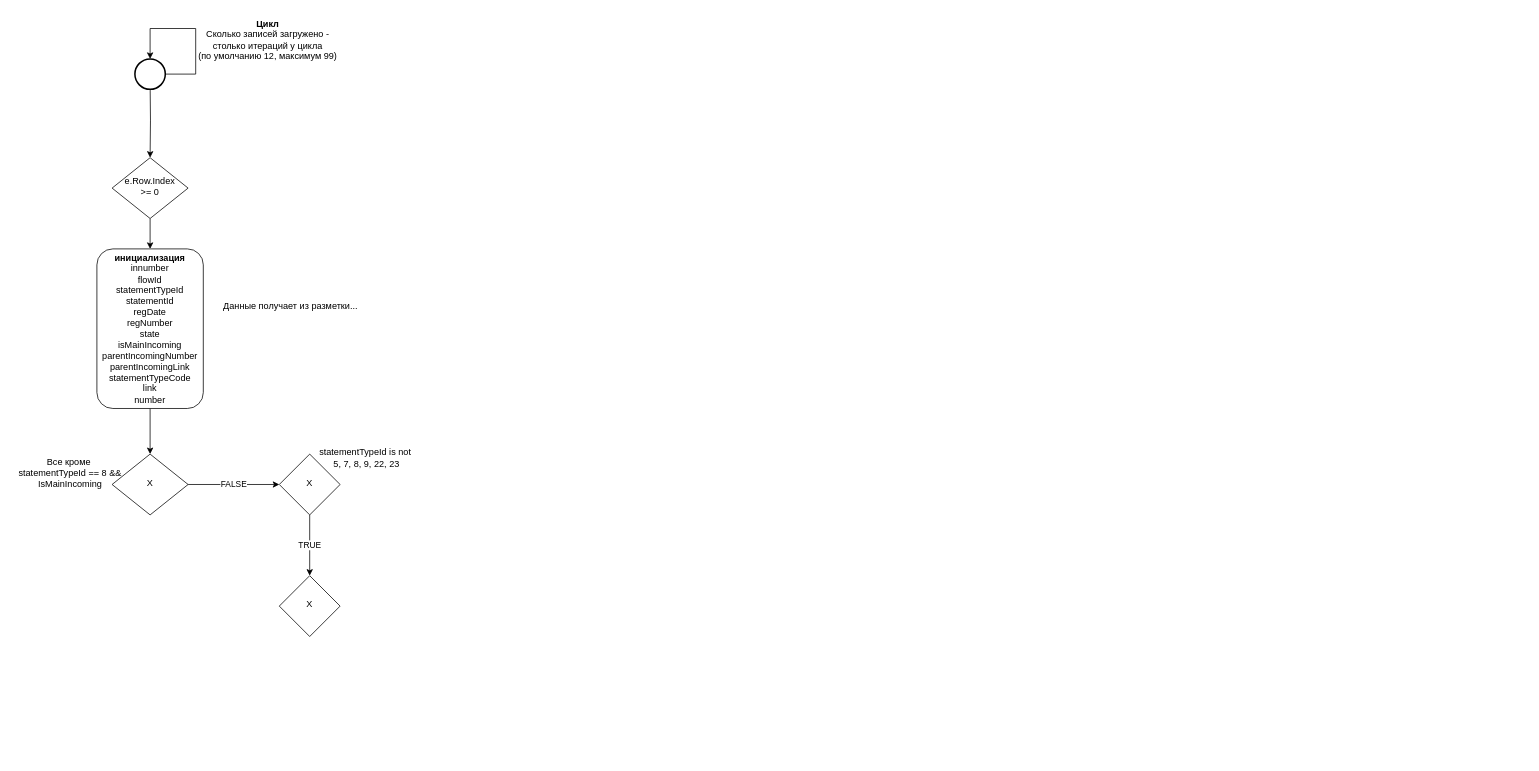
davyd0ff/so-line-grls keeps this draw.io diagram as portal/StatementIncomings.aspx/StatementIncomings__RowDataBound().drawio. Above is the earlier version. Source tidied: cells renumbered, new cells numbered last; positions are measured from the earlier drawing's top-left corner, leaving out a move shared by most shapes. Both pictures are drawn from the tidied source at 76%, with x=0, y=0 at pixel (13, 13).
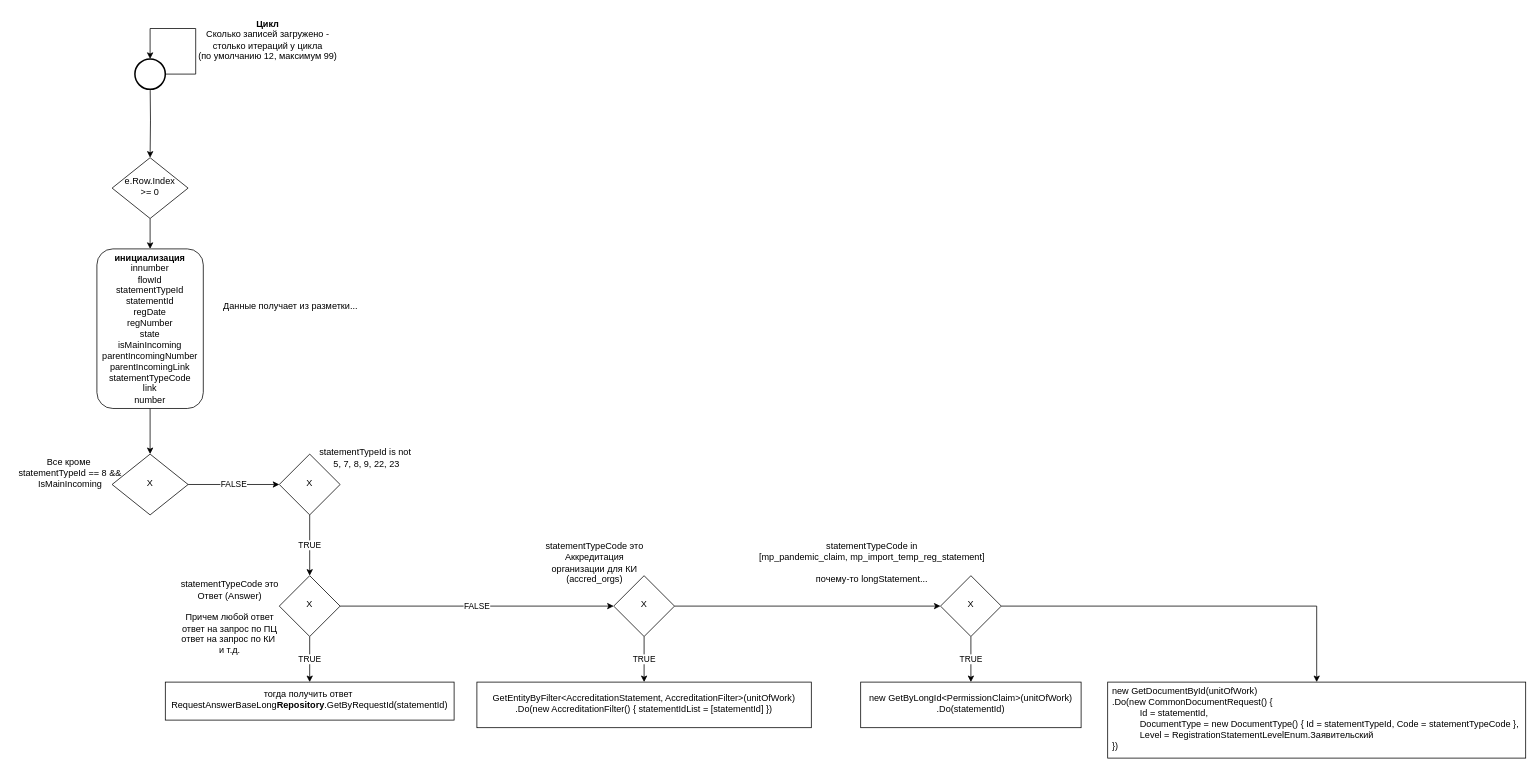
Above is the later version.

The change refers to these unchanged cells:
```xml
<mxCell id="17" value="X" style="rhombus;whiteSpace=wrap;html=1;shadow=0;strokeWidth=1;spacing=6;spacingTop=-4;" parent="1" vertex="1">
  <mxGeometry x="350" y="740" width="80" height="80" as="geometry" />
</mxCell>
```

Diff of the diagram source:
```diff
@@
+    <mxCell id="18" value="TRUE" style="edgeStyle=orthogonalEdgeStyle;rounded=0;jettySize=auto;html=1;" parent="1" edge="1" source="17" target="21">
+      <mxGeometry relative="1" as="geometry" />
+    </mxCell>
+    <mxCell id="19" value="FALSE" style="edgeStyle=orthogonalEdgeStyle;rounded=0;jettySize=auto;html=1;" parent="1" edge="1" source="17" target="24">
+      <mxGeometry relative="1" as="geometry" />
+    </mxCell>
@@
+    <mxCell id="20" value="statementTypeCode это Ответ (Answer)&lt;br&gt;&lt;br&gt;Причем любой ответ&lt;br&gt;ответ на запрос по ПЦ&lt;br&gt;ответ на запрос по КИ&amp;nbsp;&lt;br&gt;и т.д." style="text;html=1;strokeColor=none;fillColor=none;align=center;verticalAlign=middle;whiteSpace=wrap;rounded=0;" parent="1" vertex="1">
+      <mxGeometry x="210" y="740" width="150" height="110" as="geometry" />
+    </mxCell>
+    <mxCell id="21" value="тогда получить ответ&amp;nbsp;&lt;br&gt;RequestAnswerBaseLong&lt;b&gt;Repository&lt;/b&gt;.GetByRequestId(statementId)" style="whiteSpace=wrap;html=1;shadow=0;strokeWidth=1;spacing=6;spacingTop=-4;" parent="1" vertex="1">
+      <mxGeometry x="200" y="880" width="380" height="50" as="geometry" />
+    </mxCell>
+    <mxCell id="22" value="TRUE" style="edgeStyle=orthogonalEdgeStyle;rounded=0;jettySize=auto;html=1;" parent="1" edge="1" source="24" target="26">
+      <mxGeometry relative="1" as="geometry" />
+    </mxCell>
+    <mxCell id="23" style="edgeStyle=orthogonalEdgeStyle;rounded=0;jettySize=auto;html=1;" parent="1" edge="1" source="24" target="29">
+      <mxGeometry relative="1" as="geometry" />
+    </mxCell>
+    <mxCell id="24" value="X" style="rhombus;whiteSpace=wrap;html=1;shadow=0;strokeWidth=1;spacing=6;spacingTop=-4;" parent="1" vertex="1">
+      <mxGeometry x="790" y="740" width="80" height="80" as="geometry" />
+    </mxCell>
+    <mxCell id="25" value="statementTypeCode это Аккредитация организации для КИ&lt;br&gt;(accred_orgs)" style="text;html=1;strokeColor=none;fillColor=none;align=center;verticalAlign=middle;whiteSpace=wrap;rounded=0;" parent="1" vertex="1">
+      <mxGeometry x="690" y="690" width="150" height="65" as="geometry" />
+    </mxCell>
+    <mxCell id="26" value="GetEntityByFilter&amp;lt;AccreditationStatement, AccreditationFilter&amp;gt;(unitOfWork)&lt;br&gt;.Do(new AccreditationFilter() { statementIdList = [statementId] })" style="whiteSpace=wrap;html=1;shadow=0;strokeWidth=1;spacing=6;spacingTop=-4;" parent="1" vertex="1">
+      <mxGeometry x="610" y="880" width="440" height="60" as="geometry" />
+    </mxCell>
+    <mxCell id="27" value="TRUE" style="edgeStyle=orthogonalEdgeStyle;rounded=0;jettySize=auto;html=1;" parent="1" edge="1" source="29" target="31">
+      <mxGeometry relative="1" as="geometry" />
+    </mxCell>
+    <mxCell id="28" style="edgeStyle=orthogonalEdgeStyle;rounded=0;jettySize=auto;html=1;exitX=1;exitY=0.5;exitDx=0;exitDy=0;" parent="1" edge="1" source="29" target="32">
+      <mxGeometry relative="1" as="geometry" />
+    </mxCell>
+    <mxCell id="29" value="X" style="rhombus;whiteSpace=wrap;html=1;shadow=0;strokeWidth=1;spacing=6;spacingTop=-4;" parent="1" vertex="1">
+      <mxGeometry x="1220" y="740" width="80" height="80" as="geometry" />
+    </mxCell>
+    <mxCell id="30" value="statementTypeCode in&lt;br&gt;[mp_pandemic_claim, mp_import_temp_reg_statement]&lt;br&gt;&lt;br&gt;почему-то longStatement..." style="text;html=1;strokeColor=none;fillColor=none;align=center;verticalAlign=middle;whiteSpace=wrap;rounded=0;" parent="1" vertex="1">
+      <mxGeometry x="970" y="690" width="320" height="65" as="geometry" />
+    </mxCell>
+    <mxCell id="31" value="new GetByLongId&amp;lt;PermissionClaim&amp;gt;(unitOfWork)&lt;br&gt;.Do(statementId)" style="whiteSpace=wrap;html=1;shadow=0;strokeWidth=1;spacing=6;spacingTop=-4;" parent="1" vertex="1">
+      <mxGeometry x="1115" y="880" width="290" height="60" as="geometry" />
+    </mxCell>
+    <mxCell id="32" value="&lt;div&gt;new GetDocumentById(unitOfWork)&lt;/div&gt;&lt;div&gt;.Do(new CommonDocumentRequest() {&lt;/div&gt;&lt;div style=&quot;&quot;&gt;&amp;nbsp; &amp;nbsp; &amp;nbsp; &amp;nbsp; &amp;nbsp; &amp;nbsp;Id = statementId,&lt;/div&gt;&lt;div&gt;&amp;nbsp; &amp;nbsp; &amp;nbsp; &amp;nbsp; &amp;nbsp; &amp;nbsp;DocumentType = new DocumentType() { Id = statementTypeId, Code = statementTypeCode },&lt;/div&gt;&lt;div&gt;&amp;nbsp; &amp;nbsp; &amp;nbsp; &amp;nbsp; &amp;nbsp; &amp;nbsp;Level = RegistrationStatementLevelEnum.Заявительский&lt;/div&gt;&lt;div&gt;})&lt;/div&gt;" style="whiteSpace=wrap;html=1;shadow=0;strokeWidth=1;spacing=6;spacingTop=-4;align=left;" parent="1" vertex="1">
+      <mxGeometry x="1440" y="880" width="550" height="100" as="geometry" />
+    </mxCell>
```
